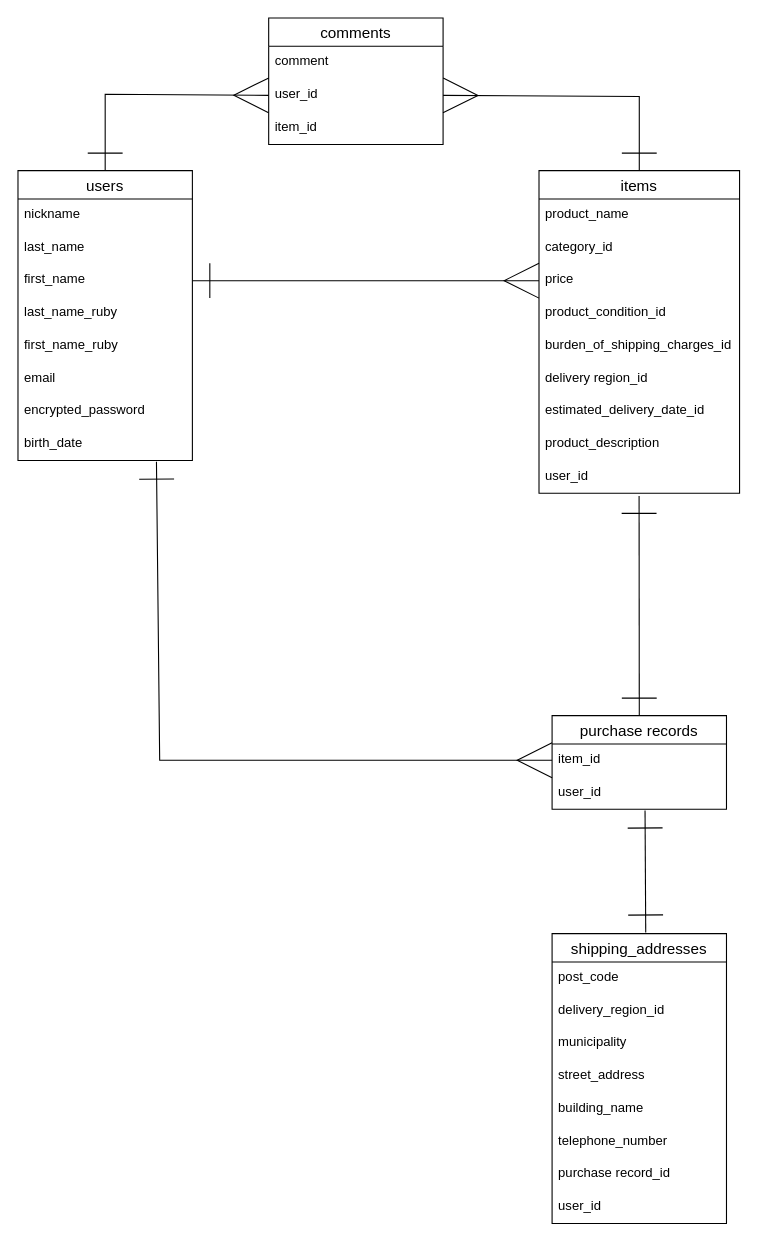
This is furima.dio from asuma3399/furima-41256, a draw.io file, before an edit. Source tidied: cells renumbered, new cells numbered last; positions are measured from the earlier drawing's top-left corner, leaving out a move shared by most shapes. Both pictures are drawn from the tidied source at 109%, with x=0, y=0 at pixel (17, 17).
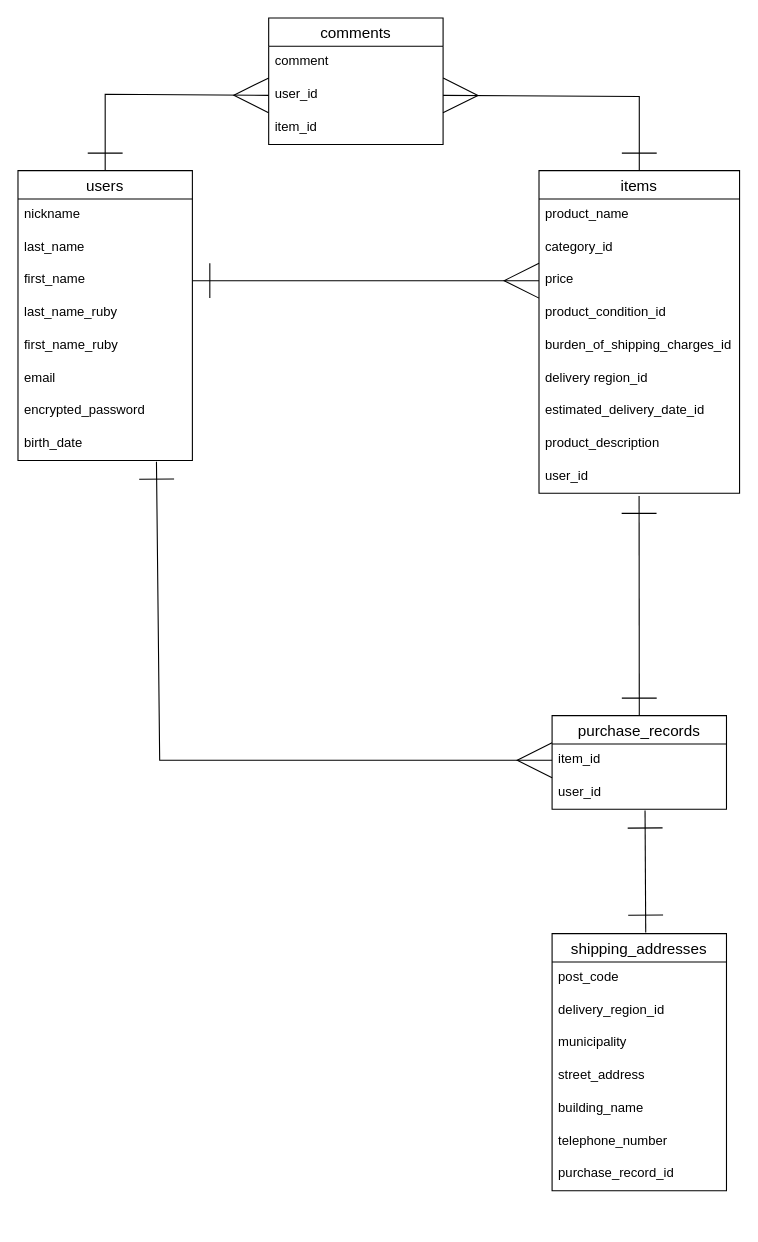
Above is the later version.

Commit message (it also covers changes not shown here):
ER図、READMEの修正2

What changed in the source:
```diff
@@
-    <mxCell id="29" value="purchase records" style="swimlane;fontStyle=0;horizontal=1;startSize=26;align=center;fontSize=14;" parent="1" vertex="1">
+    <mxCell id="29" value="purchase_records" style="swimlane;fontStyle=0;horizontal=1;startSize=26;align=center;fontSize=14;" parent="1" vertex="1">
       <mxGeometry x="490" y="640" width="160" height="86" as="geometry" />
     </mxCell>
@@
     <mxCell id="33" value="shipping_addresses" style="swimlane;fontStyle=0;horizontal=1;startSize=26;align=center;fontSize=14;" parent="1" vertex="1">
-      <mxGeometry x="490" y="840" width="160" height="266" as="geometry" />
+      <mxGeometry x="490" y="840" width="160" height="236" as="geometry" />
     </mxCell>
@@
-    <mxCell id="40" value="purchase record_id" style="text;strokeColor=none;fillColor=none;spacingLeft=4;spacingRight=4;overflow=hidden;fontSize=12;" parent="33" vertex="1">
+    <mxCell id="40" value="purchase_record_id" style="text;strokeColor=none;fillColor=none;spacingLeft=4;spacingRight=4;overflow=hidden;fontSize=12;" parent="33" vertex="1">
       <mxGeometry y="206" width="160" height="30" as="geometry" />
     </mxCell>
-    <mxCell id="41" value="user_id" style="text;strokeColor=none;fillColor=none;spacingLeft=4;spacingRight=4;overflow=hidden;fontSize=12;strokeWidth=1;" parent="33" vertex="1">
-      <mxGeometry y="236" width="160" height="30" as="geometry" />
-    </mxCell>
```
